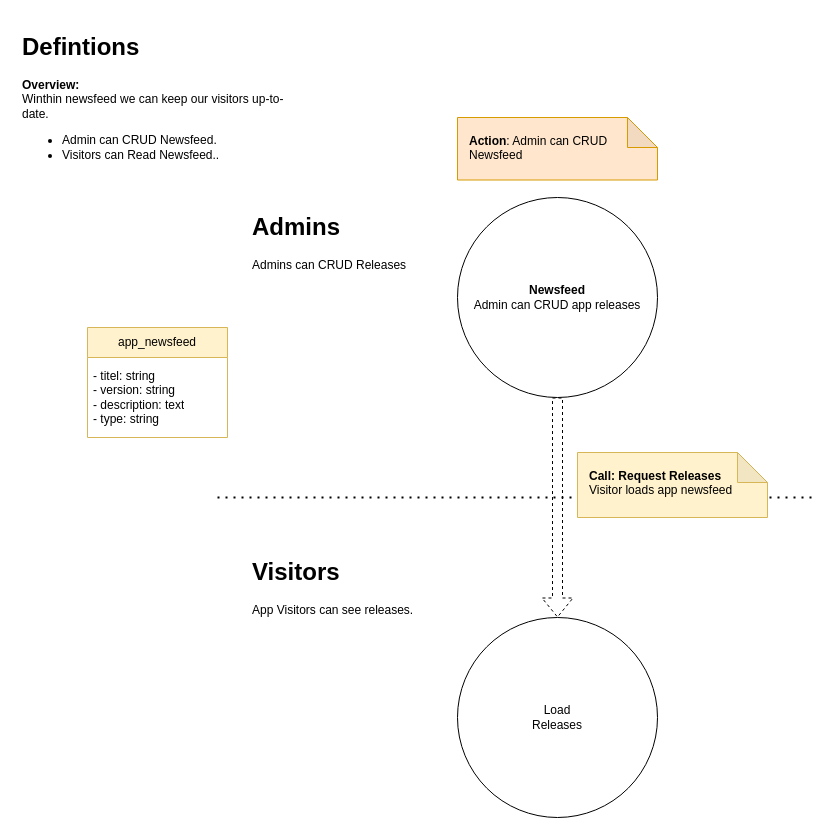
CarlsonBuma/app-template keeps this draw.io diagram as docs/Feature Defintions/03 - Newsfeed Management.drawio. Above is the earlier version. Source tidied: cells renumbered, new cells numbered last; positions are measured from the earlier drawing's top-left corner, leaving out a move shared by most shapes. Both pictures are drawn from the tidied source at 100%, with x=0, y=0 at pixel (17, 27).
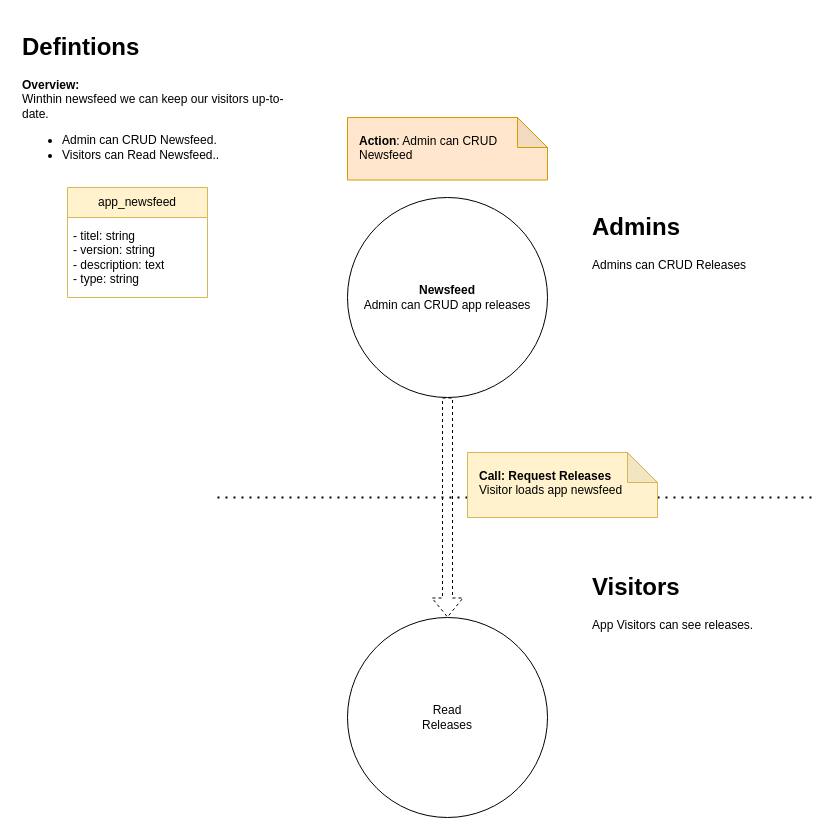
The same page after the edit.

The edit, as a diff of the source:
```diff
@@
 <mxGraphModel>
   <root>
     <mxCell id="0" />
     <mxCell id="1" parent="0" />
-    <mxCell id="2" value="Load&lt;br&gt;Releases" style="ellipse;whiteSpace=wrap;html=1;" parent="1" vertex="1">
-      <mxGeometry x="440" y="590" width="200" height="200" as="geometry" />
+    <mxCell id="2" value="Read&lt;br&gt;Releases" style="ellipse;whiteSpace=wrap;html=1;" parent="1" vertex="1">
+      <mxGeometry x="330" y="590" width="200" height="200" as="geometry" />
     </mxCell>
     <mxCell id="3" style="endArrow=none;dashed=1;html=1;dashPattern=1 3;strokeWidth=2;rounded=0;" parent="1" edge="1">
       <mxGeometry relative="1" as="geometry">
         <mxPoint x="200" y="470" as="sourcePoint" />
         <mxPoint x="795" y="470" as="targetPoint" />
       </mxGeometry>
     </mxCell>
     <mxCell id="4" value="&lt;b&gt;Newsfeed&lt;/b&gt;&lt;br&gt;Admin can CRUD app releases" style="ellipse;whiteSpace=wrap;html=1;" parent="1" vertex="1">
-      <mxGeometry x="440" y="170" width="200" height="200" as="geometry" />
+      <mxGeometry x="330" y="170" width="200" height="200" as="geometry" />
     </mxCell>
     <mxCell id="5" value="&lt;h1&gt;Admins&lt;/h1&gt;&lt;p&gt;Admins can CRUD Releases&amp;nbsp;&lt;/p&gt;" style="text;html=1;strokeColor=none;fillColor=none;spacing=5;spacingTop=-20;whiteSpace=wrap;overflow=hidden;rounded=0;" parent="1" vertex="1">
-      <mxGeometry x="230" y="180" width="190" height="120" as="geometry" />
+      <mxGeometry x="570" y="180" width="190" height="120" as="geometry" />
     </mxCell>
     <mxCell id="6" value="&lt;h1&gt;Visitors&lt;/h1&gt;&lt;p&gt;App Visitors can see releases.&lt;/p&gt;" style="text;html=1;strokeColor=none;fillColor=none;spacing=5;spacingTop=-20;whiteSpace=wrap;overflow=hidden;rounded=0;" parent="1" vertex="1">
-      <mxGeometry x="230" y="525" width="190" height="120" as="geometry" />
+      <mxGeometry x="570" y="540" width="190" height="120" as="geometry" />
     </mxCell>
     <mxCell id="7" value="&lt;h1&gt;Defintions&lt;/h1&gt;&lt;p&gt;&lt;span style=&quot;background-color: initial;&quot;&gt;&lt;b style=&quot;&quot;&gt;Overview:&lt;br&gt;&lt;/b&gt;Winthin newsfeed we can keep our visitors up-to-date.&lt;/span&gt;&lt;/p&gt;&lt;p&gt;&lt;/p&gt;&lt;ul&gt;&lt;li&gt;&lt;span style=&quot;background-color: initial;&quot;&gt;Admin can CRUD Newsfeed.&amp;nbsp;&lt;/span&gt;&lt;/li&gt;&lt;li&gt;&lt;span style=&quot;background-color: initial;&quot;&gt;Visitors can Read Newsfeed..&lt;/span&gt;&lt;/li&gt;&lt;/ul&gt;&lt;p&gt;&lt;/p&gt;" style="text;html=1;strokeColor=none;fillColor=none;spacing=5;spacingTop=-20;whiteSpace=wrap;overflow=hidden;rounded=0;" parent="1" vertex="1">
       <mxGeometry width="290" height="160" as="geometry" />
     </mxCell>
     <mxCell id="8" style="shape=flexArrow;endArrow=classic;html=1;rounded=0;dashed=1;exitX=0.5;exitY=1;exitDx=0;exitDy=0;entryX=0.5;entryY=0;entryDx=0;entryDy=0;" parent="1" edge="1" source="4" target="2">
       <mxGeometry relative="1" as="geometry" />
     </mxCell>
     <mxCell id="9" value="&lt;b&gt;Action&lt;/b&gt;: Admin can CRUD Newsfeed" style="shape=note;whiteSpace=wrap;html=1;backgroundOutline=1;darkOpacity=0.05;align=left;spacing=12;fillColor=#ffe6cc;strokeColor=#d79b00;verticalAlign=top;" parent="1" vertex="1">
-      <mxGeometry x="440" y="90" width="200" height="62.5" as="geometry" />
+      <mxGeometry x="330" y="90" width="200" height="62.5" as="geometry" />
     </mxCell>
     <mxCell id="10" value="&lt;b&gt;Call: Request Releases&lt;/b&gt;&lt;br&gt;Visitor loads app newsfeed" style="shape=note;whiteSpace=wrap;html=1;backgroundOutline=1;darkOpacity=0.05;align=left;spacing=12;fillColor=#fff2cc;strokeColor=#d6b656;verticalAlign=top;" parent="1" vertex="1">
-      <mxGeometry x="560" y="425" width="190" height="65" as="geometry" />
+      <mxGeometry x="450" y="425" width="190" height="65" as="geometry" />
     </mxCell>
     <mxCell id="11" value="app_newsfeed" style="swimlane;fontStyle=0;horizontal=1;startSize=30;whiteSpace=wrap;html=1;fillColor=#fff2cc;strokeColor=#d6b656;" parent="1" vertex="1">
-      <mxGeometry x="70" y="300" width="140" height="110" as="geometry" />
+      <mxGeometry x="50" y="160" width="140" height="110" as="geometry" />
     </mxCell>
     <mxCell id="12" value="- titel: string&lt;br&gt;- version: string&lt;br&gt;- description: text&lt;br&gt;- type: string" style="text;strokeColor=none;fillColor=none;align=left;verticalAlign=middle;spacingLeft=4;spacingRight=4;overflow=hidden;whiteSpace=wrap;html=1;" parent="11" vertex="1">
       <mxGeometry y="30" width="140" height="80" as="geometry" />
     </mxCell>
   </root>
 </mxGraphModel>
```
